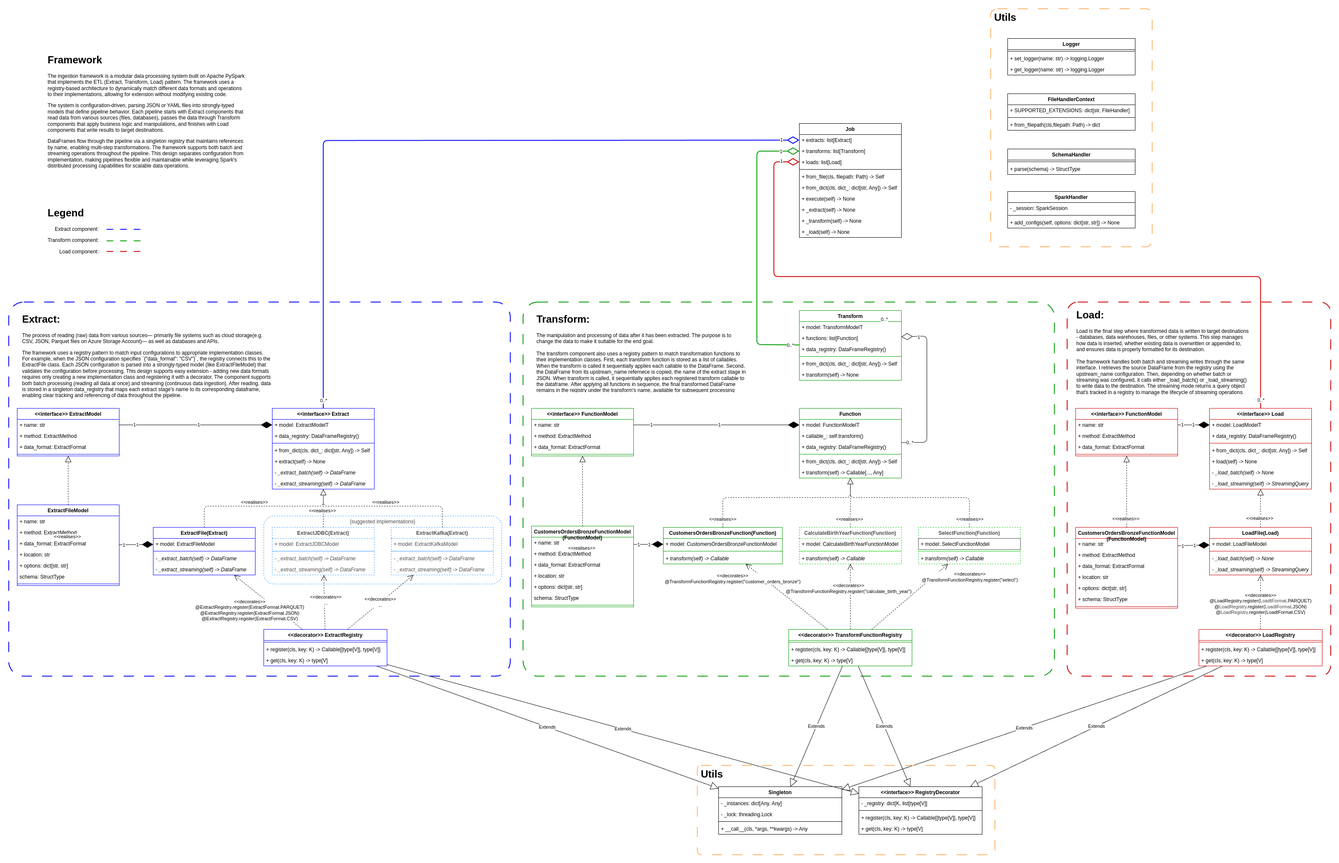
Earlier version of the draw.io export docs/design.drawio.png (KrijnvanderBurg/config-driven-ETL-framework). Source tidied: cells renumbered, new cells last; positions are measured from the earlier drawing's top-left corner, leaving out a move shared by most shapes.
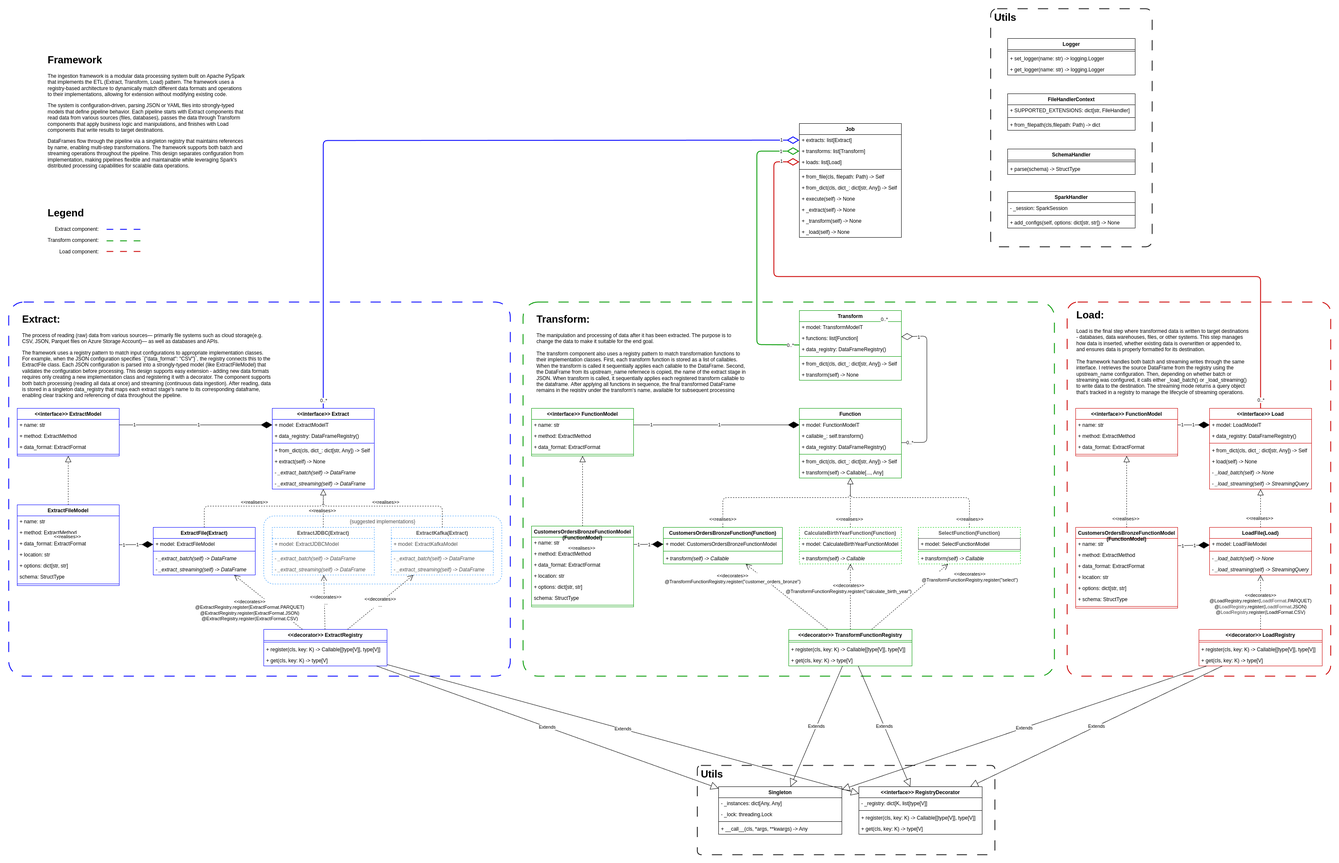
The same file after the commit.

The edit, as a diff of the source:
```diff
@@ -728,13 +728,13 @@
         <mxPoint y="-1" as="offset" />
       </mxGeometry>
     </mxCell>
-    <mxCell id="210" value="&lt;font style=&quot;font-size: 24px;&quot;&gt;&amp;nbsp;Utils&lt;/font&gt;" style="rounded=1;whiteSpace=wrap;fillColor=none;strokeColor=#FFB366;spacing=2;html=1;fontSize=12;perimeterSpacing=40;shadow=0;arcSize=4;strokeWidth=2;align=left;verticalAlign=top;dashed=1;dashPattern=12 12;fontStyle=1;" parent="1" vertex="1">
+    <mxCell id="210" value="&lt;font style=&quot;font-size: 24px;&quot;&gt;&amp;nbsp;Utils&lt;/font&gt;" style="rounded=1;whiteSpace=wrap;fillColor=none;strokeColor=#1A1A1A;spacing=2;html=1;fontSize=12;perimeterSpacing=40;shadow=0;arcSize=4;strokeWidth=2;align=left;verticalAlign=top;dashed=1;dashPattern=12 12;fontStyle=1;" parent="1" vertex="1">
       <mxGeometry x="1640" y="1800" width="700" height="210" as="geometry" />
     </mxCell>
     <mxCell id="211" style="group;dashed=1;dashPattern=12 12;strokeColor=none;" parent="1" vertex="1">
       <mxGeometry x="2330" y="20" width="380" height="560" as="geometry" />
     </mxCell>
-    <mxCell id="212" value="&lt;font style=&quot;font-size: 24px;&quot;&gt;&amp;nbsp;Utils&lt;/font&gt;" style="rounded=1;whiteSpace=wrap;fillColor=none;strokeColor=#FFB366;spacing=2;html=1;fontSize=12;perimeterSpacing=24;shadow=0;arcSize=4;strokeWidth=2;align=left;verticalAlign=top;dashed=1;dashPattern=12 12;fontStyle=1;" parent="211" vertex="1">
+    <mxCell id="212" value="&lt;font style=&quot;font-size: 24px;&quot;&gt;&amp;nbsp;Utils&lt;/font&gt;" style="rounded=1;whiteSpace=wrap;fillColor=none;strokeColor=#1A1A1A;spacing=2;html=1;fontSize=12;perimeterSpacing=24;shadow=0;arcSize=4;strokeWidth=2;align=left;verticalAlign=top;dashed=1;dashPattern=12 12;fontStyle=1;" parent="211" vertex="1">
       <mxGeometry width="380" height="560" as="geometry" />
     </mxCell>
     <mxCell id="213" value="&lt;div&gt;&lt;span style=&quot;background-color: transparent;&quot;&gt;FileHandlerContext&lt;/span&gt;&lt;/div&gt;" style="swimlane;fontStyle=1;align=center;verticalAlign=top;horizontal=1;startSize=26;whiteSpace=wrap;html=1;" parent="211" vertex="1">
```
